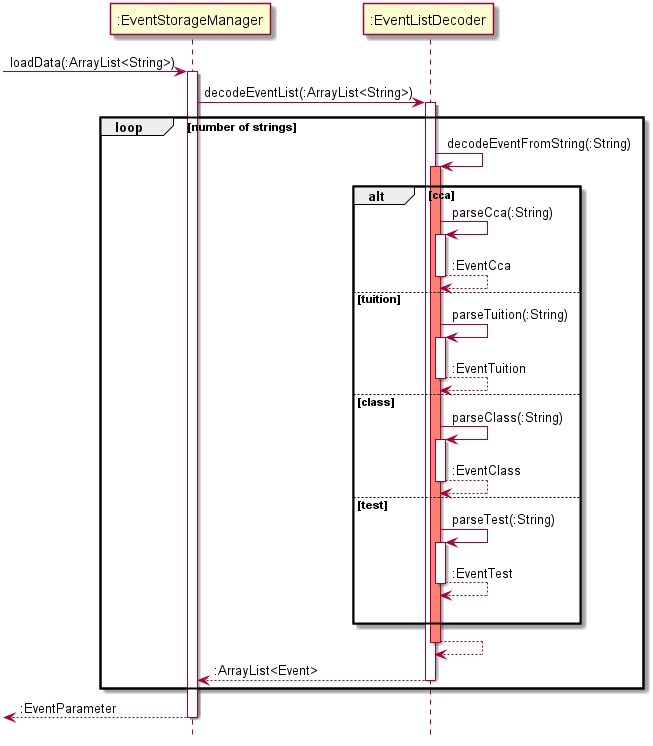
Earlier version of the PlantUML export docs/diagram/EventStorageReadSequence.png (untitle4/tp).
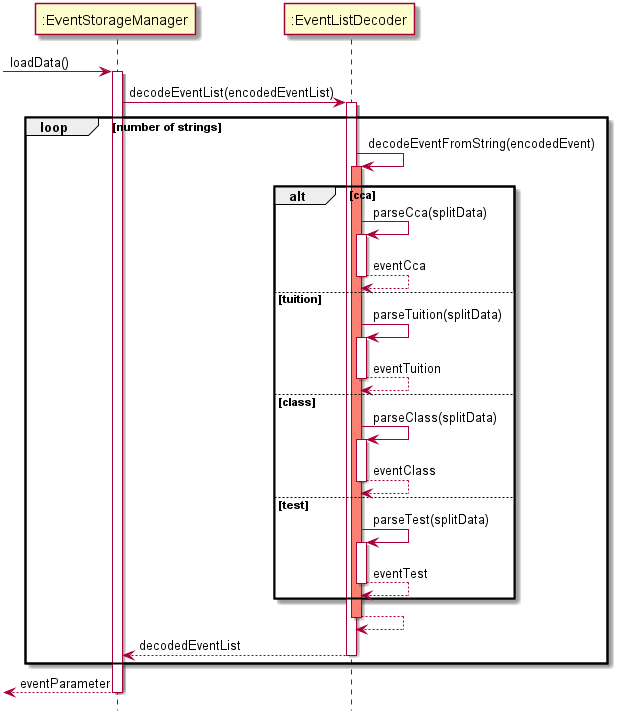
The same diagram one commit later.

The edit, as a diff of the source:
```diff
@@ -1,41 +1,40 @@
 @startuml
 hide footbox
 
--> ":EventStorageManager" : loadData(:ArrayList<String>)
+-> ":EventStorageManager" : loadData()
 activate ":EventStorageManager"
-":EventStorageManager" -> ":EventListDecoder" : decodeEventList(:ArrayList<String>)
+":EventStorageManager" -> ":EventListDecoder" : decodeEventList(encodedEventList)
 activate ":EventListDecoder"
 
 loop number of strings
-":EventListDecoder" -> ":EventListDecoder" : decodeEventFromString(:String)
+":EventListDecoder" -> ":EventListDecoder" : decodeEventFromString(encodedEvent)
 activate ":EventListDecoder" #salmon
 alt cca
-":EventListDecoder" -> ":EventListDecoder" : parseCca(:String)
+":EventListDecoder" -> ":EventListDecoder" : parseCca(splitData)
 activate ":EventListDecoder"
-":EventListDecoder" --> ":EventListDecoder" : :EventCca
+":EventListDecoder" --> ":EventListDecoder" : eventCca
 deactivate ":EventListDecoder"
 else tuition
-":EventListDecoder" -> ":EventListDecoder" : parseTuition(:String)
+":EventListDecoder" -> ":EventListDecoder" : parseTuition(splitData)
 activate ":EventListDecoder"
-":EventListDecoder" --> ":EventListDecoder" : :EventTuition
+":EventListDecoder" --> ":EventListDecoder" : eventTuition
 deactivate ":EventListDecoder"
 else class
-":EventListDecoder" -> ":EventListDecoder" : parseClass(:String)
+":EventListDecoder" -> ":EventListDecoder" : parseClass(splitData)
 activate ":EventListDecoder"
-":EventListDecoder" --> ":EventListDecoder" : :EventClass
+":EventListDecoder" --> ":EventListDecoder" : eventClass
 deactivate ":EventListDecoder"
 else test
-":EventListDecoder" -> ":EventListDecoder" : parseTest(:String)
+":EventListDecoder" -> ":EventListDecoder" : parseTest(splitData)
 activate ":EventListDecoder"
-":EventListDecoder" --> ":EventListDecoder" : :EventTest
+":EventListDecoder" --> ":EventListDecoder" : eventTest
 deactivate ":EventListDecoder"
-|||
 end alt
 ":EventListDecoder" --> ":EventListDecoder"
 deactivate ":EventListDecoder"
-":EventListDecoder" --> ":EventStorageManager" : :ArrayList<Event>
+":EventListDecoder" --> ":EventStorageManager" : decodedEventList
 deactivate ":EventListDecoder"
 end loop
-<-- ":EventStorageManager" : :EventParameter
+<-- ":EventStorageManager" : eventParameter
 deactivate ":EventStorageManager"
 @enduml
```
